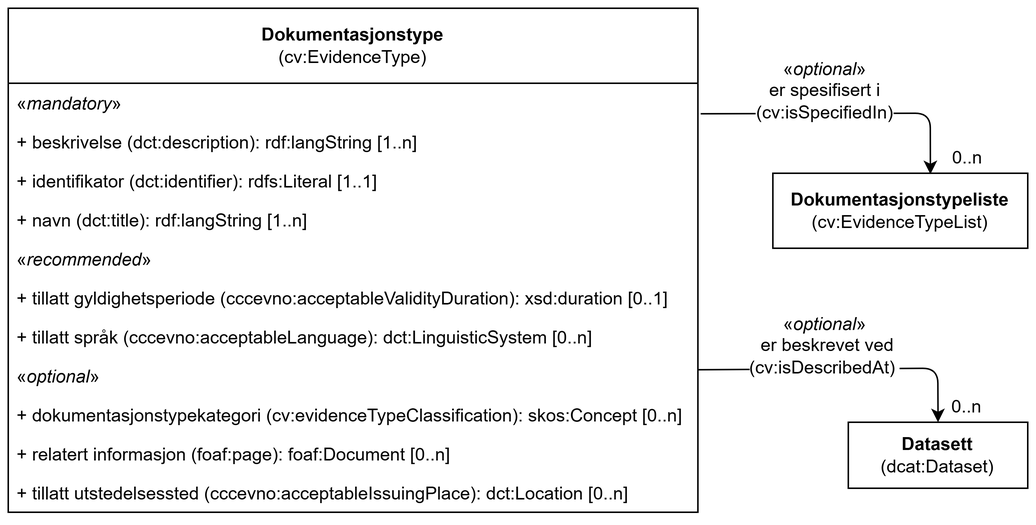
Informasjonsforvaltning/cccev-ap-no keeps this draw.io diagram as docs/images/KlassenDokumentasjonstype.png. Above is the earlier version. Source tidied: cells renumbered, new cells last; positions are measured from the earlier drawing's top-left corner, leaving out a move shared by most shapes.
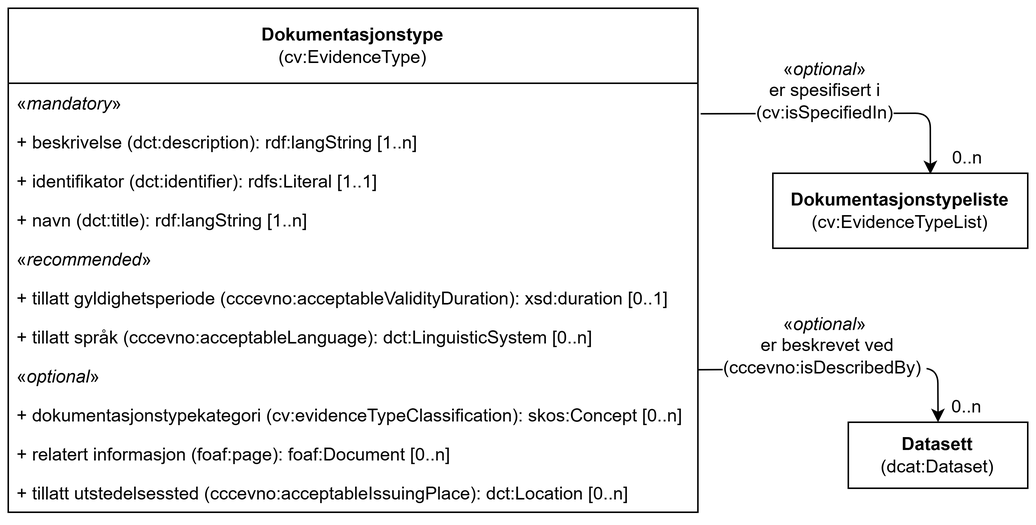
The same file after the commit.

Commit message:
cv:isDescribedAt -> cccevno:isDescribedBy

Diff of the diagram source:
```diff
@@ -65,7 +65,7 @@
         </Array>
       </mxGeometry>
     </mxCell>
-    <mxCell id="20" value="&lt;span style=&quot;background-color: rgb(255, 255, 255);&quot;&gt;«&lt;i style=&quot;&quot;&gt;optional&lt;/i&gt;»&lt;br&gt;&lt;span style=&quot;text-align: left;&quot;&gt;&amp;nbsp;er beskrevet ved (cv:isDescribedAt)&amp;nbsp;&lt;/span&gt;&lt;/span&gt;" style="text;html=1;strokeColor=none;fillColor=none;align=center;verticalAlign=middle;whiteSpace=wrap;rounded=0;" parent="1" vertex="1">
+    <mxCell id="20" value="&lt;span style=&quot;background-color: rgb(255, 255, 255);&quot;&gt;«&lt;i style=&quot;&quot;&gt;optional&lt;/i&gt;»&lt;br&gt;&lt;span style=&quot;text-align: left;&quot;&gt;&amp;nbsp;er beskrevet ved (cccevno:isDescribedBy)&amp;nbsp;&lt;/span&gt;&lt;/span&gt;" style="text;html=1;strokeColor=none;fillColor=none;align=center;verticalAlign=middle;whiteSpace=wrap;rounded=0;" parent="1" vertex="1">
       <mxGeometry x="509.9" y="210" width="70.2" height="30" as="geometry" />
     </mxCell>
     <mxCell id="21" value="0..n" style="text;html=1;strokeColor=none;fillColor=none;align=center;verticalAlign=middle;whiteSpace=wrap;rounded=0;" parent="1" vertex="1">
```
